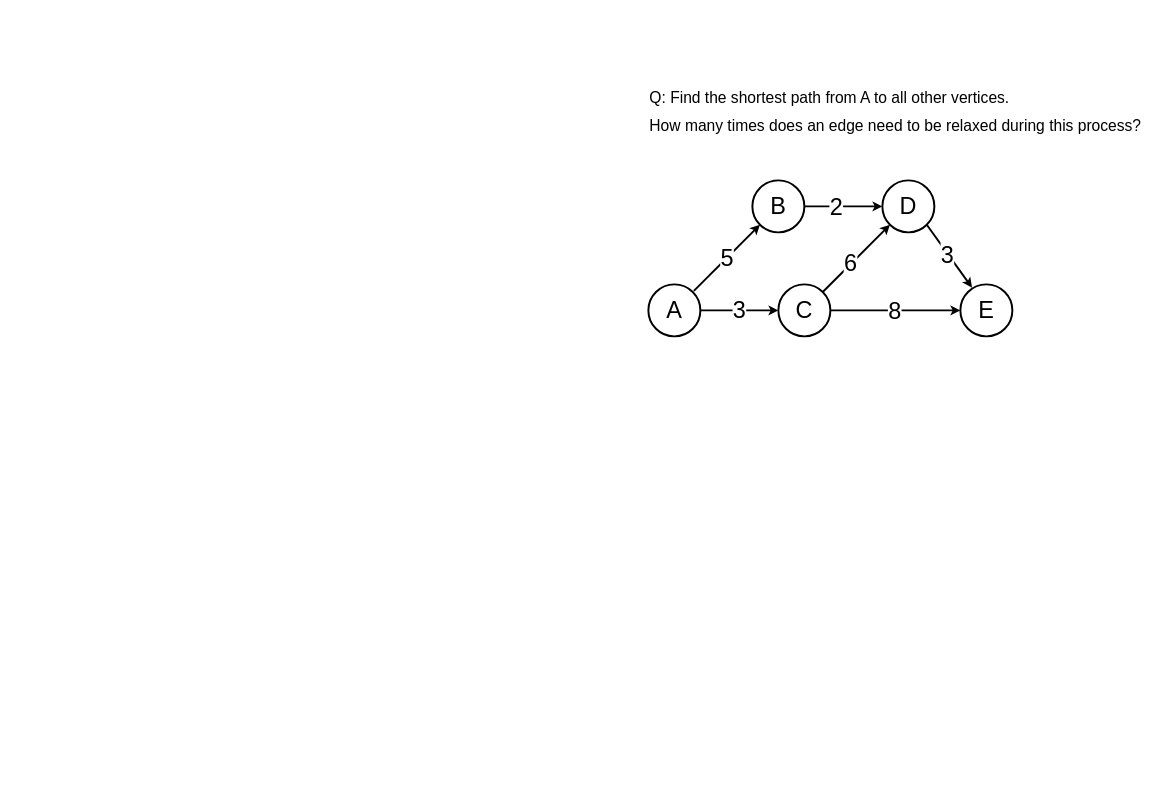
This is comp2521-rev-dikjstra-q.drawio from Allynixtor/comp1511-23T3-revision-session, a draw.io file, before an edit. Source tidied: cells renumbered, new cells numbered last; positions are measured from the earlier drawing's top-left corner, leaving out a move shared by most shapes. Both pictures are drawn from the tidied source at 65%, with x=0, y=0 at pixel (648, 76).
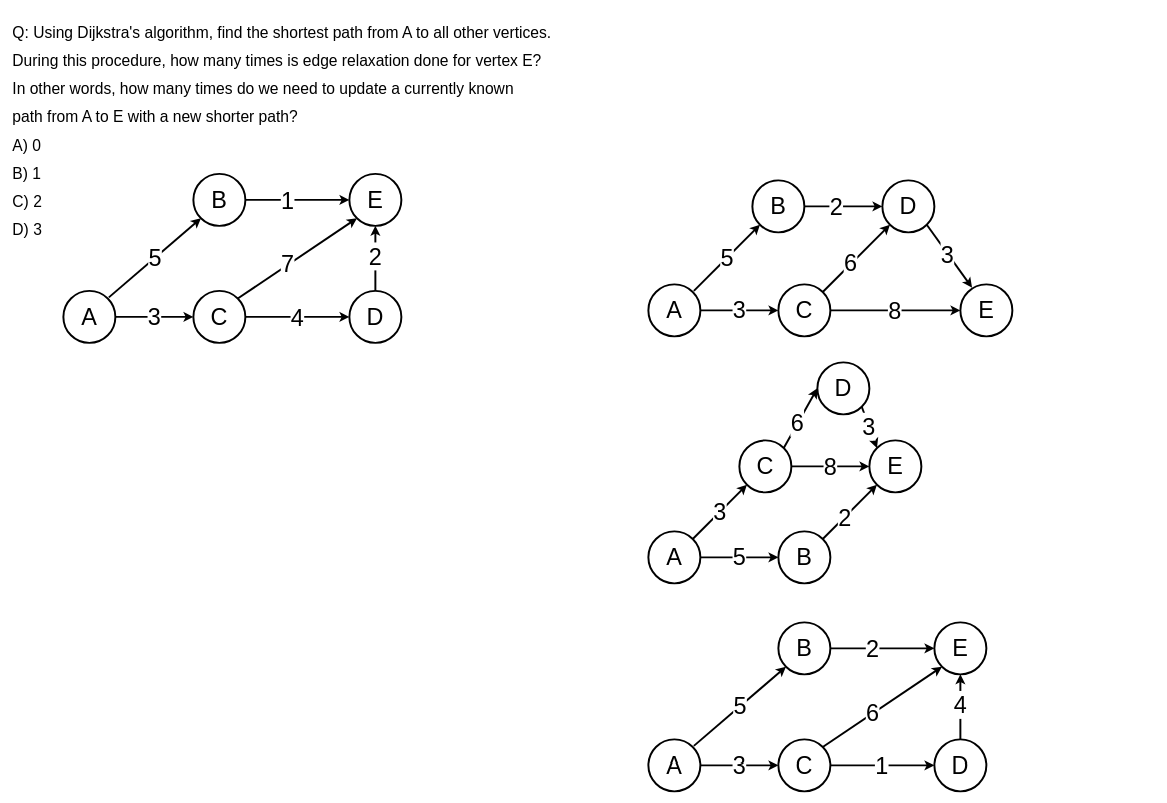
Above is the later version.

Commit message:
Refine dijkstra's edge relaxation problem

Diff of the diagram source:
```diff
@@
-    <mxCell id="12" value="&lt;div align=&quot;left&quot;&gt;&lt;font style=&quot;font-size: 24px;&quot;&gt;Q: &lt;/font&gt;&lt;font style=&quot;font-size: 24px;&quot;&gt;Find the shortest path from A to all other vertices.&lt;/font&gt;&lt;/div&gt;&lt;div align=&quot;left&quot;&gt;&lt;font style=&quot;font-size: 24px;&quot;&gt;How many times does an edge need to be relaxed during this process?&lt;/font&gt;&lt;/div&gt;" style="text;html=1;align=left;verticalAlign=middle;strokeColor=none;fillColor=none;fontSize=36;" parent="1" vertex="1">
-      <mxGeometry width="780" height="100" as="geometry" />
+    <mxCell id="12" value="&lt;div align=&quot;left&quot;&gt;&lt;font style=&quot;font-size: 24px;&quot;&gt;Q: Using Dijkstra's algorithm, f&lt;/font&gt;&lt;font style=&quot;font-size: 24px;&quot;&gt;ind the shortest path from A to all other vertices.&lt;/font&gt;&lt;/div&gt;&lt;div align=&quot;left&quot;&gt;&lt;font style=&quot;font-size: 24px;&quot;&gt;During this procedure, how many times is edge relaxation done for vertex E?&lt;br&gt;&lt;/font&gt;&lt;/div&gt;&lt;div align=&quot;left&quot;&gt;&lt;font style=&quot;font-size: 24px;&quot;&gt;In other words, how many times do we need to update a currently known&lt;/font&gt;&lt;/div&gt;&lt;div align=&quot;left&quot;&gt;&lt;font style=&quot;font-size: 24px;&quot;&gt;path from A to E with a new shorter path?&lt;br&gt;&lt;/font&gt;&lt;/div&gt;&lt;div align=&quot;left&quot;&gt;&lt;font style=&quot;font-size: 24px;&quot;&gt;A) 0&lt;/font&gt;&lt;/div&gt;&lt;div align=&quot;left&quot;&gt;&lt;font style=&quot;font-size: 24px;&quot;&gt;B) 1&lt;/font&gt;&lt;/div&gt;&lt;div align=&quot;left&quot;&gt;&lt;font style=&quot;font-size: 24px;&quot;&gt;C) 2&lt;/font&gt;&lt;/div&gt;&lt;div align=&quot;left&quot;&gt;&lt;font style=&quot;font-size: 24px;&quot;&gt;D) 3&lt;br&gt;&lt;/font&gt;&lt;/div&gt;" style="text;html=1;align=left;verticalAlign=middle;strokeColor=none;fillColor=none;fontSize=36;" parent="1" vertex="1">
+      <mxGeometry x="-980" y="-100" width="860" height="360" as="geometry" />
     </mxCell>
@@
+    <mxCell id="18" value="&lt;font style=&quot;font-size: 36px;&quot;&gt;A&lt;/font&gt;" style="ellipse;whiteSpace=wrap;html=1;strokeWidth=3;" parent="1" vertex="1">
+      <mxGeometry y="700" width="80" height="80" as="geometry" />
+    </mxCell>
+    <mxCell id="19" value="&lt;font style=&quot;font-size: 36px;&quot;&gt;B&lt;/font&gt;" style="ellipse;whiteSpace=wrap;html=1;strokeWidth=3;" parent="1" vertex="1">
+      <mxGeometry x="200" y="700" width="80" height="80" as="geometry" />
+    </mxCell>
+    <mxCell id="20" value="&lt;font style=&quot;font-size: 36px;&quot;&gt;D&lt;/font&gt;" style="ellipse;whiteSpace=wrap;html=1;strokeWidth=3;" parent="1" vertex="1">
+      <mxGeometry x="260" y="440" width="80" height="80" as="geometry" />
+    </mxCell>
+    <mxCell id="21" value="&lt;div&gt;&lt;font style=&quot;font-size: 36px;&quot;&gt;C&lt;/font&gt;&lt;/div&gt;" style="ellipse;whiteSpace=wrap;html=1;strokeWidth=3;" parent="1" vertex="1">
+      <mxGeometry x="140" y="560" width="80" height="80" as="geometry" />
+    </mxCell>
+    <mxCell id="22" value="5" style="endArrow=classic;html=1;rounded=0;fontSize=36;entryX=0;entryY=0.5;entryDx=0;entryDy=0;strokeWidth=3;exitX=1;exitY=0.5;exitDx=0;exitDy=0;" parent="1" edge="1" source="18" target="19">
+      <mxGeometry relative="1" as="geometry" />
+    </mxCell>
+    <mxCell id="23" style="endArrow=classic;html=1;rounded=0;fontSize=36;exitX=1;exitY=0;exitDx=0;exitDy=0;entryX=0;entryY=1;entryDx=0;entryDy=0;strokeWidth=3;" parent="1" edge="1" source="19" target="28">
+      <mxGeometry relative="1" as="geometry" />
+    </mxCell>
+    <mxCell id="24" value="2" style="edgeLabel;html=1;align=center;verticalAlign=middle;fontSize=36;" parent="23" vertex="1">
+      <mxGeometry x="-0.2" relative="1" as="geometry" />
+    </mxCell>
+    <mxCell id="25" style="endArrow=none;html=1;rounded=0;fontSize=36;exitX=0;exitY=0.5;exitDx=0;exitDy=0;entryX=1;entryY=0;entryDx=0;entryDy=0;strokeWidth=3;endFill=0;startArrow=classic;startFill=1;" parent="1" edge="1" source="20" target="21">
+      <mxGeometry relative="1" as="geometry" />
+    </mxCell>
+    <mxCell id="26" value="&lt;font style=&quot;font-size: 36px;&quot;&gt;6&lt;/font&gt;" style="edgeLabel;html=1;align=center;verticalAlign=middle;fontSize=24;" parent="25" vertex="1">
+      <mxGeometry x="0.15" y="-1" relative="1" as="geometry">
+        <mxPoint x="-1" as="offset" />
+      </mxGeometry>
+    </mxCell>
+    <mxCell id="27" value="3" style="endArrow=none;html=1;rounded=0;fontSize=36;entryX=1;entryY=0;entryDx=0;entryDy=0;strokeWidth=3;exitX=0;exitY=1;exitDx=0;exitDy=0;startArrow=classic;startFill=1;endFill=0;" parent="1" edge="1" source="21" target="18">
+      <mxGeometry relative="1" as="geometry" />
+    </mxCell>
+    <mxCell id="28" value="&lt;font style=&quot;font-size: 36px;&quot;&gt;E&lt;/font&gt;" style="ellipse;whiteSpace=wrap;html=1;strokeWidth=3;" parent="1" vertex="1">
+      <mxGeometry x="340" y="560" width="80" height="80" as="geometry" />
+    </mxCell>
+    <mxCell id="29" style="endArrow=classic;html=1;rounded=0;fontSize=36;exitX=1;exitY=0.5;exitDx=0;exitDy=0;entryX=0;entryY=0.5;entryDx=0;entryDy=0;strokeWidth=3;" parent="1" edge="1" source="21" target="28">
+      <mxGeometry relative="1" as="geometry" />
+    </mxCell>
+    <mxCell id="30" value="8" style="edgeLabel;html=1;align=center;verticalAlign=middle;fontSize=36;" parent="29" vertex="1">
+      <mxGeometry x="-0.02" relative="1" as="geometry" />
+    </mxCell>
+    <mxCell id="31" style="endArrow=none;html=1;rounded=0;fontSize=36;entryX=1;entryY=1;entryDx=0;entryDy=0;strokeWidth=3;endFill=0;startArrow=classic;startFill=1;exitX=0;exitY=0;exitDx=0;exitDy=0;" parent="1" edge="1" source="28" target="20">
+      <mxGeometry relative="1" as="geometry" />
+    </mxCell>
+    <mxCell id="32" value="3" style="edgeLabel;html=1;align=center;verticalAlign=middle;fontSize=36;" parent="31" vertex="1">
+      <mxGeometry x="0.07" y="1" relative="1" as="geometry" />
+    </mxCell>
+    <mxCell id="33" value="&lt;font style=&quot;font-size: 36px;&quot;&gt;A&lt;/font&gt;" style="ellipse;whiteSpace=wrap;html=1;strokeWidth=3;" parent="1" vertex="1">
+      <mxGeometry y="1020" width="80" height="80" as="geometry" />
+    </mxCell>
+    <mxCell id="34" value="&lt;font style=&quot;font-size: 36px;&quot;&gt;B&lt;/font&gt;" style="ellipse;whiteSpace=wrap;html=1;strokeWidth=3;" parent="1" vertex="1">
+      <mxGeometry x="200" y="840" width="80" height="80" as="geometry" />
+    </mxCell>
+    <mxCell id="35" value="&lt;font style=&quot;font-size: 36px;&quot;&gt;E&lt;/font&gt;" style="ellipse;whiteSpace=wrap;html=1;strokeWidth=3;" parent="1" vertex="1">
+      <mxGeometry x="440" y="840" width="80" height="80" as="geometry" />
+    </mxCell>
+    <mxCell id="36" value="&lt;div&gt;&lt;font style=&quot;font-size: 36px;&quot;&gt;C&lt;/font&gt;&lt;/div&gt;" style="ellipse;whiteSpace=wrap;html=1;strokeWidth=3;" parent="1" vertex="1">
+      <mxGeometry x="200" y="1020" width="80" height="80" as="geometry" />
+    </mxCell>
+    <mxCell id="37" value="5" style="endArrow=classic;html=1;rounded=0;fontSize=36;entryX=0;entryY=1;entryDx=0;entryDy=0;strokeWidth=3;" parent="1" edge="1" target="34">
+      <mxGeometry relative="1" as="geometry">
+        <mxPoint x="70" y="1030" as="sourcePoint" />
+      </mxGeometry>
+    </mxCell>
+    <mxCell id="38" style="endArrow=classic;html=1;rounded=0;fontSize=36;exitX=1;exitY=0.5;exitDx=0;exitDy=0;entryX=0;entryY=0.5;entryDx=0;entryDy=0;strokeWidth=3;" parent="1" edge="1" source="34" target="35">
+      <mxGeometry relative="1" as="geometry" />
+    </mxCell>
+    <mxCell id="39" value="2" style="edgeLabel;html=1;align=center;verticalAlign=middle;fontSize=36;" parent="38" vertex="1">
+      <mxGeometry x="-0.2" relative="1" as="geometry" />
+    </mxCell>
+    <mxCell id="40" style="endArrow=none;html=1;rounded=0;fontSize=36;exitX=0;exitY=1;exitDx=0;exitDy=0;entryX=1;entryY=0;entryDx=0;entryDy=0;strokeWidth=3;endFill=0;startArrow=classic;startFill=1;" parent="1" edge="1" source="35" target="36">
+      <mxGeometry relative="1" as="geometry" />
+    </mxCell>
+    <mxCell id="41" value="&lt;font style=&quot;font-size: 36px;&quot;&gt;6&lt;/font&gt;" style="edgeLabel;html=1;align=center;verticalAlign=middle;fontSize=24;" parent="40" vertex="1">
+      <mxGeometry x="0.15" y="-1" relative="1" as="geometry">
+        <mxPoint x="-1" as="offset" />
+      </mxGeometry>
+    </mxCell>
+    <mxCell id="42" value="3" style="endArrow=none;html=1;rounded=0;fontSize=36;entryX=1;entryY=0.5;entryDx=0;entryDy=0;strokeWidth=3;exitX=0;exitY=0.5;exitDx=0;exitDy=0;startArrow=classic;startFill=1;endFill=0;" parent="1" edge="1" source="36" target="33">
+      <mxGeometry relative="1" as="geometry" />
+    </mxCell>
+    <mxCell id="43" value="&lt;font style=&quot;font-size: 36px;&quot;&gt;D&lt;/font&gt;" style="ellipse;whiteSpace=wrap;html=1;strokeWidth=3;" parent="1" vertex="1">
+      <mxGeometry x="440" y="1020" width="80" height="80" as="geometry" />
+    </mxCell>
+    <mxCell id="44" style="endArrow=classic;html=1;rounded=0;fontSize=36;exitX=1;exitY=0.5;exitDx=0;exitDy=0;entryX=0;entryY=0.5;entryDx=0;entryDy=0;strokeWidth=3;" parent="1" edge="1" source="36" target="43">
+      <mxGeometry relative="1" as="geometry" />
+    </mxCell>
+    <mxCell id="45" value="1" style="edgeLabel;html=1;align=center;verticalAlign=middle;fontSize=36;" parent="44" vertex="1">
+      <mxGeometry x="-0.02" relative="1" as="geometry" />
+    </mxCell>
+    <mxCell id="46" style="endArrow=classic;html=1;rounded=0;fontSize=36;entryX=0.5;entryY=1;entryDx=0;entryDy=0;strokeWidth=3;endFill=1;startArrow=none;startFill=0;exitX=0.5;exitY=0;exitDx=0;exitDy=0;" parent="1" edge="1" source="43" target="35">
+      <mxGeometry relative="1" as="geometry" />
+    </mxCell>
+    <mxCell id="47" value="4" style="edgeLabel;html=1;align=center;verticalAlign=middle;fontSize=36;" parent="46" vertex="1">
+      <mxGeometry x="0.07" y="1" relative="1" as="geometry" />
+    </mxCell>
+    <mxCell id="48" value="&lt;font style=&quot;font-size: 36px;&quot;&gt;A&lt;/font&gt;" style="ellipse;whiteSpace=wrap;html=1;strokeWidth=3;" parent="1" vertex="1">
+      <mxGeometry x="-900" y="330" width="80" height="80" as="geometry" />
+    </mxCell>
+    <mxCell id="49" value="&lt;font style=&quot;font-size: 36px;&quot;&gt;B&lt;/font&gt;" style="ellipse;whiteSpace=wrap;html=1;strokeWidth=3;" parent="1" vertex="1">
+      <mxGeometry x="-700" y="150" width="80" height="80" as="geometry" />
+    </mxCell>
+    <mxCell id="50" value="&lt;font style=&quot;font-size: 36px;&quot;&gt;E&lt;/font&gt;" style="ellipse;whiteSpace=wrap;html=1;strokeWidth=3;" parent="1" vertex="1">
+      <mxGeometry x="-460" y="150" width="80" height="80" as="geometry" />
+    </mxCell>
+    <mxCell id="51" value="&lt;div&gt;&lt;font style=&quot;font-size: 36px;&quot;&gt;C&lt;/font&gt;&lt;/div&gt;" style="ellipse;whiteSpace=wrap;html=1;strokeWidth=3;" parent="1" vertex="1">
+      <mxGeometry x="-700" y="330" width="80" height="80" as="geometry" />
+    </mxCell>
+    <mxCell id="52" value="5" style="endArrow=classic;html=1;rounded=0;fontSize=36;entryX=0;entryY=1;entryDx=0;entryDy=0;strokeWidth=3;" parent="1" edge="1" target="49">
+      <mxGeometry relative="1" as="geometry">
+        <mxPoint x="-830" y="340" as="sourcePoint" />
+      </mxGeometry>
+    </mxCell>
+    <mxCell id="53" style="endArrow=classic;html=1;rounded=0;fontSize=36;exitX=1;exitY=0.5;exitDx=0;exitDy=0;entryX=0;entryY=0.5;entryDx=0;entryDy=0;strokeWidth=3;" parent="1" edge="1" source="49" target="50">
+      <mxGeometry relative="1" as="geometry" />
+    </mxCell>
+    <mxCell id="54" value="1" style="edgeLabel;html=1;align=center;verticalAlign=middle;fontSize=36;" parent="53" vertex="1">
+      <mxGeometry x="-0.2" relative="1" as="geometry" />
+    </mxCell>
+    <mxCell id="55" style="endArrow=none;html=1;rounded=0;fontSize=36;exitX=0;exitY=1;exitDx=0;exitDy=0;entryX=1;entryY=0;entryDx=0;entryDy=0;strokeWidth=3;endFill=0;startArrow=classic;startFill=1;" parent="1" edge="1" source="50" target="51">
+      <mxGeometry relative="1" as="geometry" />
+    </mxCell>
+    <mxCell id="56" value="&lt;font style=&quot;font-size: 36px;&quot;&gt;7&lt;/font&gt;" style="edgeLabel;html=1;align=center;verticalAlign=middle;fontSize=24;" parent="55" vertex="1">
+      <mxGeometry x="0.15" y="-1" relative="1" as="geometry">
+        <mxPoint x="-1" as="offset" />
+      </mxGeometry>
+    </mxCell>
+    <mxCell id="57" value="3" style="endArrow=none;html=1;rounded=0;fontSize=36;entryX=1;entryY=0.5;entryDx=0;entryDy=0;strokeWidth=3;exitX=0;exitY=0.5;exitDx=0;exitDy=0;startArrow=classic;startFill=1;endFill=0;" parent="1" edge="1" source="51" target="48">
+      <mxGeometry relative="1" as="geometry" />
+    </mxCell>
+    <mxCell id="58" value="&lt;font style=&quot;font-size: 36px;&quot;&gt;D&lt;/font&gt;" style="ellipse;whiteSpace=wrap;html=1;strokeWidth=3;" parent="1" vertex="1">
+      <mxGeometry x="-460" y="330" width="80" height="80" as="geometry" />
+    </mxCell>
+    <mxCell id="59" style="endArrow=classic;html=1;rounded=0;fontSize=36;exitX=1;exitY=0.5;exitDx=0;exitDy=0;entryX=0;entryY=0.5;entryDx=0;entryDy=0;strokeWidth=3;" parent="1" edge="1" source="51" target="58">
+      <mxGeometry relative="1" as="geometry" />
+    </mxCell>
+    <mxCell id="60" value="4" style="edgeLabel;html=1;align=center;verticalAlign=middle;fontSize=36;" parent="59" vertex="1">
+      <mxGeometry x="-0.02" relative="1" as="geometry">
+        <mxPoint x="1" as="offset" />
+      </mxGeometry>
+    </mxCell>
+    <mxCell id="61" style="endArrow=classic;html=1;rounded=0;fontSize=36;entryX=0.5;entryY=1;entryDx=0;entryDy=0;strokeWidth=3;endFill=1;startArrow=none;startFill=0;exitX=0.5;exitY=0;exitDx=0;exitDy=0;" parent="1" edge="1" source="58" target="50">
+      <mxGeometry relative="1" as="geometry" />
+    </mxCell>
+    <mxCell id="62" value="2" style="edgeLabel;html=1;align=center;verticalAlign=middle;fontSize=36;" parent="61" vertex="1">
+      <mxGeometry x="0.07" y="1" relative="1" as="geometry" />
+    </mxCell>
```
